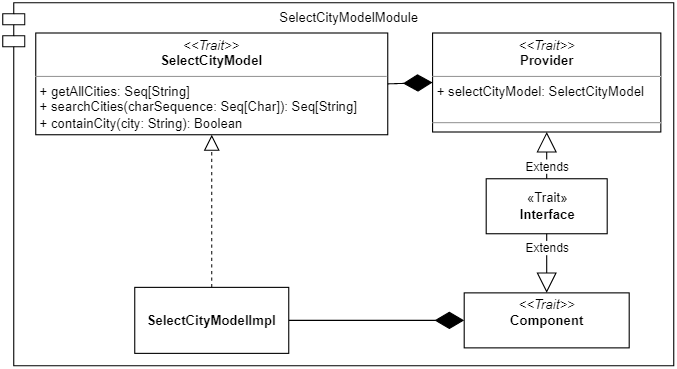
AnnaVitali/PPS-22-smartgh keeps this draw.io diagram as docs/img/select_city_model.png. Above is the earlier version. Source tidied: cells renumbered, new cells last; positions are measured from the earlier drawing's top-left corner, leaving out a move shared by most shapes.
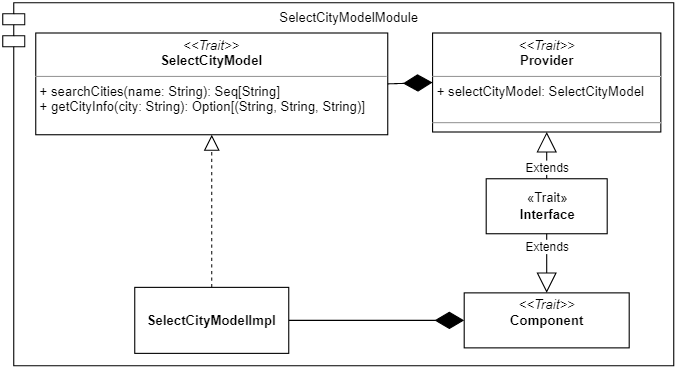
After the change.

What changed in the source:
```diff
@@ -5,7 +5,7 @@
     <mxCell id="2" value="SelectCityModelModule" style="shape=module;align=left;spacingLeft=20;align=center;verticalAlign=top;fillColor=none;" parent="1" vertex="1">
       <mxGeometry width="610" height="330" as="geometry" />
     </mxCell>
-    <mxCell id="3" value="&lt;p style=&quot;margin:0px;margin-top:4px;text-align:center;&quot;&gt;&lt;i&gt;&amp;lt;&amp;lt;Trait&amp;gt;&amp;gt;&lt;/i&gt;&lt;br&gt;&lt;b&gt;SelectCityModel&lt;/b&gt;&lt;br&gt;&lt;/p&gt;&lt;hr size=&quot;1&quot;&gt;&lt;p style=&quot;margin:0px;margin-left:4px;&quot;&gt;+ getAllCities: Seq[String]&lt;/p&gt;&lt;p style=&quot;margin:0px;margin-left:4px;&quot;&gt;+ searchCities(charSequence: Seq[Char]): Seq[String]&lt;/p&gt;&lt;p style=&quot;margin:0px;margin-left:4px;&quot;&gt;+ containCity(city: String): Boolean&lt;/p&gt;" style="verticalAlign=top;align=left;overflow=fill;fontSize=12;fontFamily=Helvetica;html=1;fillColor=default;" parent="1" vertex="1">
+    <mxCell id="3" value="&lt;p style=&quot;margin:0px;margin-top:4px;text-align:center;&quot;&gt;&lt;i&gt;&amp;lt;&amp;lt;Trait&amp;gt;&amp;gt;&lt;/i&gt;&lt;br&gt;&lt;b&gt;SelectCityModel&lt;/b&gt;&lt;br&gt;&lt;/p&gt;&lt;hr size=&quot;1&quot;&gt;&lt;p style=&quot;margin:0px;margin-left:4px;&quot;&gt;&lt;span style=&quot;background-color: initial;&quot;&gt;+ searchCities(name: String): Seq[String]&lt;/span&gt;&lt;br&gt;&lt;/p&gt;&lt;p style=&quot;margin:0px;margin-left:4px;&quot;&gt;+ getCityInfo(city: String): Option[(String, String, String)]&lt;/p&gt;" style="verticalAlign=top;align=left;overflow=fill;fontSize=12;fontFamily=Helvetica;html=1;fillColor=default;" parent="1" vertex="1">
       <mxGeometry x="30" y="27.5" width="320" height="92.5" as="geometry" />
     </mxCell>
     <mxCell id="4" value="&lt;p style=&quot;margin:0px;margin-top:4px;text-align:center;&quot;&gt;&lt;i&gt;&amp;lt;&amp;lt;Trait&amp;gt;&amp;gt;&lt;/i&gt;&lt;br&gt;&lt;b&gt;Provider&lt;/b&gt;&lt;br&gt;&lt;/p&gt;&lt;hr size=&quot;1&quot;&gt;&lt;p style=&quot;margin:0px;margin-left:4px;&quot;&gt;+ selectCityModel: SelectCityModel&lt;br&gt;&lt;br&gt;&lt;/p&gt;&lt;hr size=&quot;1&quot;&gt;" style="verticalAlign=top;align=left;overflow=fill;fontSize=12;fontFamily=Helvetica;html=1;fillColor=default;" parent="1" vertex="1">
```
